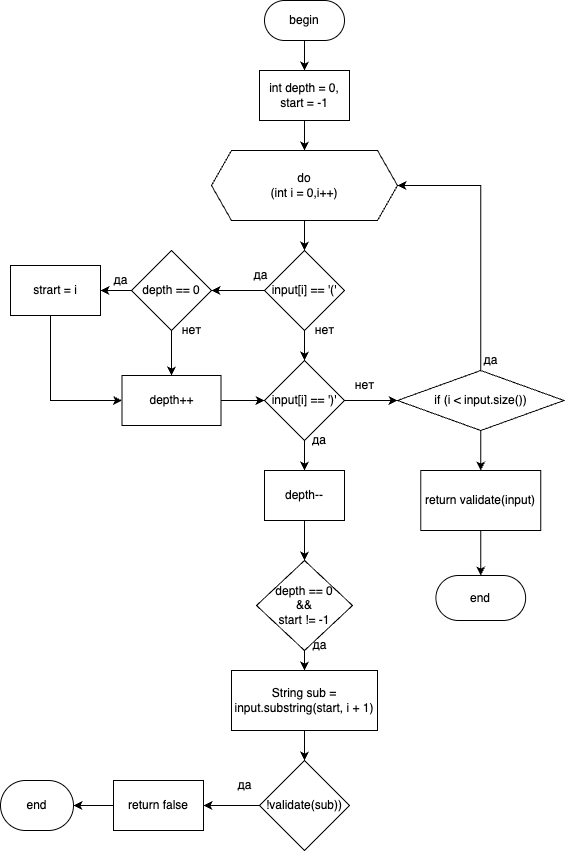
The draw.io diagram LabsLOIS/FirstLab/schemes/validate2.png in L1x0/LabsBSUIR, before a commit. Source tidied: cells renumbered, new cells last; positions are measured from the earlier drawing's top-left corner, leaving out a move shared by most shapes.
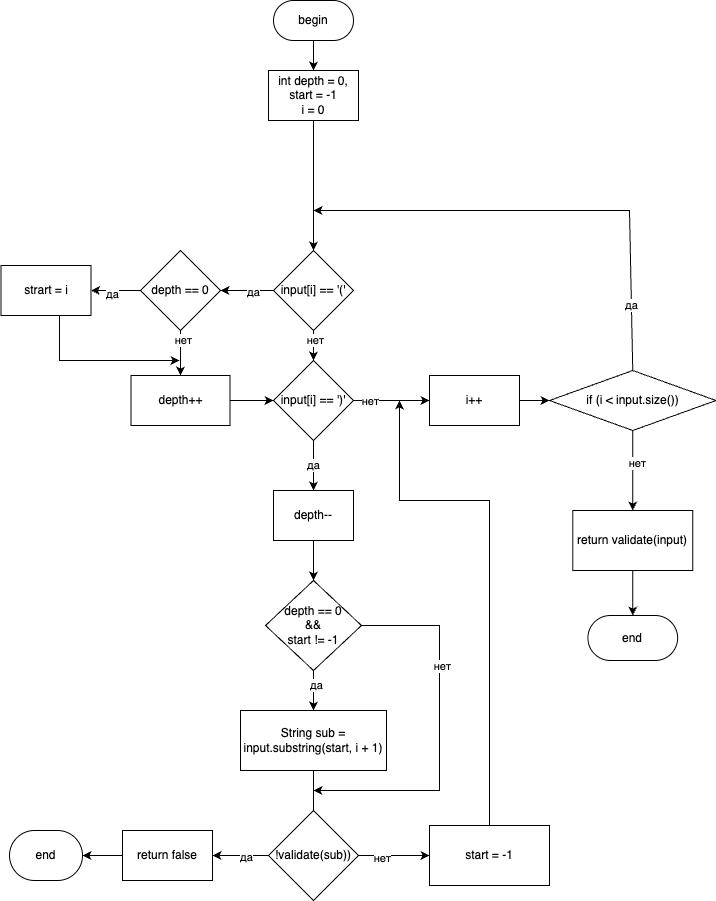
After the change.

Diff of the diagram source:
```diff
@@ -8,70 +8,65 @@
     <mxCell id="3" value="begin" style="rounded=1;whiteSpace=wrap;html=1;arcSize=50;" parent="1" vertex="1">
       <mxGeometry x="264" width="80" height="40" as="geometry" />
     </mxCell>
-    <mxCell id="4" style="edgeStyle=orthogonalEdgeStyle;rounded=0;jettySize=auto;html=1;" parent="1" edge="1" source="5" target="7">
-      <mxGeometry relative="1" as="geometry" />
+    <mxCell id="4" style="edgeStyle=orthogonalEdgeStyle;rounded=0;jettySize=auto;html=1;" parent="1" edge="1" source="5">
+      <mxGeometry relative="1" as="geometry">
+        <mxPoint x="304" y="250" as="targetPoint" />
+      </mxGeometry>
     </mxCell>
-    <mxCell id="5" value="int depth = 0,&lt;div&gt;start = -1&lt;/div&gt;" style="rounded=0;whiteSpace=wrap;html=1;" parent="1" vertex="1">
+    <mxCell id="5" value="int depth = 0,&lt;div&gt;start = -1&lt;/div&gt;&lt;div&gt;i = 0&lt;/div&gt;" style="rounded=0;whiteSpace=wrap;html=1;" parent="1" vertex="1">
       <mxGeometry x="259" y="70" width="90" height="50" as="geometry" />
     </mxCell>
-    <mxCell id="6" style="edgeStyle=orthogonalEdgeStyle;rounded=0;jettySize=auto;html=1;entryX=0.5;entryY=0;entryDx=0;entryDy=0;" parent="1" edge="1" source="7" target="10">
-      <mxGeometry relative="1" as="geometry" />
-    </mxCell>
-    <mxCell id="7" value="do&lt;div&gt;(int i = 0,i++)&lt;/div&gt;" style="shape=hexagon;perimeter=hexagonPerimeter2;whiteSpace=wrap;html=1;fixedSize=1;" parent="1" vertex="1">
-      <mxGeometry x="211" y="150" width="186" height="70" as="geometry" />
-    </mxCell>
     <mxCell id="8" style="edgeStyle=orthogonalEdgeStyle;rounded=0;jettySize=auto;html=1;entryX=1;entryY=0.5;entryDx=0;entryDy=0;" parent="1" edge="1" source="10" target="13">
       <mxGeometry relative="1" as="geometry" />
     </mxCell>
+    <mxCell id="47" value="да" style="edgeLabel;html=1;align=center;verticalAlign=middle;" parent="8" vertex="1">
+      <mxGeometry x="-0.21" y="1" relative="1" as="geometry" />
+    </mxCell>
     <mxCell id="9" style="edgeStyle=orthogonalEdgeStyle;rounded=0;jettySize=auto;html=1;entryX=0.5;entryY=0;entryDx=0;entryDy=0;" parent="1" edge="1" source="10" target="24">
       <mxGeometry relative="1" as="geometry" />
     </mxCell>
+    <mxCell id="48" value="нет" style="edgeLabel;html=1;align=center;verticalAlign=middle;" parent="9" vertex="1">
+      <mxGeometry x="-0.64" y="1" relative="1" as="geometry" />
+    </mxCell>
     <mxCell id="10" value="input[i] == '('" style="rhombus;whiteSpace=wrap;html=1;" parent="1" vertex="1">
       <mxGeometry x="264" y="250" width="80" height="80" as="geometry" />
     </mxCell>
     <mxCell id="11" style="edgeStyle=orthogonalEdgeStyle;rounded=0;jettySize=auto;html=1;" parent="1" edge="1" source="13" target="16">
       <mxGeometry relative="1" as="geometry" />
     </mxCell>
+    <mxCell id="49" value="да" style="edgeLabel;html=1;align=center;verticalAlign=middle;" parent="11" vertex="1">
+      <mxGeometry x="0.18" y="3" relative="1" as="geometry" />
+    </mxCell>
     <mxCell id="12" style="edgeStyle=orthogonalEdgeStyle;rounded=0;jettySize=auto;html=1;entryX=0.5;entryY=0;entryDx=0;entryDy=0;" parent="1" edge="1" source="13" target="19">
       <mxGeometry relative="1" as="geometry" />
     </mxCell>
+    <mxCell id="50" value="нет" style="edgeLabel;html=1;align=center;verticalAlign=middle;" parent="12" vertex="1">
+      <mxGeometry x="-0.6" y="2" relative="1" as="geometry" />
+    </mxCell>
     <mxCell id="13" value="depth == 0" style="rhombus;whiteSpace=wrap;html=1;" parent="1" vertex="1">
       <mxGeometry x="131" y="250" width="80" height="80" as="geometry" />
     </mxCell>
-    <mxCell id="14" value="да" style="text;html=1;align=center;verticalAlign=middle;strokeColor=none;fillColor=none;" parent="1" vertex="1">
-      <mxGeometry x="240" y="260" width="40" height="30" as="geometry" />
-    </mxCell>
-    <mxCell id="15" style="edgeStyle=orthogonalEdgeStyle;rounded=0;jettySize=auto;html=1;entryX=0;entryY=0.5;entryDx=0;entryDy=0;" parent="1" edge="1" source="16" target="19">
-      <mxGeometry relative="1" as="geometry">
-        <Array as="points">
-          <mxPoint x="50" y="400" />
-        </Array>
-      </mxGeometry>
-    </mxCell>
+    <mxCell id="51" style="edgeStyle=orthogonalEdgeStyle;rounded=0;jettySize=auto;html=1;" parent="1" edge="1" source="16">
+      <mxGeometry relative="1" as="geometry">
+        <mxPoint x="170" y="360" as="targetPoint" />
+        <Array as="points">
+          <mxPoint x="50" y="360" />
+          <mxPoint x="170" y="360" />
+        </Array>
+      </mxGeometry>
+    </mxCell>
     <mxCell id="16" value="strart = i" style="rounded=0;whiteSpace=wrap;html=1;" parent="1" vertex="1">
-      <mxGeometry x="10" y="265" width="90" height="50" as="geometry" />
+      <mxGeometry x="-8.5" y="265" width="90" height="50" as="geometry" />
     </mxCell>
-    <mxCell id="17" value="да" style="text;html=1;align=center;verticalAlign=middle;strokeColor=none;fillColor=none;" parent="1" vertex="1">
-      <mxGeometry x="100" y="265" width="40" height="30" as="geometry" />
-    </mxCell>
     <mxCell id="18" style="edgeStyle=orthogonalEdgeStyle;rounded=0;jettySize=auto;html=1;entryX=0;entryY=0.5;entryDx=0;entryDy=0;" parent="1" edge="1" source="19" target="24">
       <mxGeometry relative="1" as="geometry" />
     </mxCell>
     <mxCell id="19" value="depth++" style="rounded=0;whiteSpace=wrap;html=1;" parent="1" vertex="1">
       <mxGeometry x="121.5" y="375" width="99" height="50" as="geometry" />
     </mxCell>
-    <mxCell id="20" value="нет" style="text;html=1;align=center;verticalAlign=middle;strokeColor=none;fillColor=none;" parent="1" vertex="1">
-      <mxGeometry x="171" y="315" width="40" height="30" as="geometry" />
-    </mxCell>
-    <mxCell id="21" value="нет" style="text;html=1;align=center;verticalAlign=middle;strokeColor=none;fillColor=none;" parent="1" vertex="1">
-      <mxGeometry x="304" y="315" width="40" height="30" as="geometry" />
-    </mxCell>
-    <mxCell id="22" style="edgeStyle=orthogonalEdgeStyle;rounded=0;jettySize=auto;html=1;entryX=0.5;entryY=0;entryDx=0;entryDy=0;" parent="1" edge="1" source="24" target="26">
+    <mxCell id="22" value="да" style="edgeStyle=orthogonalEdgeStyle;rounded=0;jettySize=auto;html=1;entryX=0.5;entryY=0;entryDx=0;entryDy=0;" parent="1" edge="1" source="24" target="26">
       <mxGeometry relative="1" as="geometry" />
     </mxCell>
-    <mxCell id="23" style="edgeStyle=orthogonalEdgeStyle;rounded=0;jettySize=auto;html=1;entryX=0;entryY=0.5;entryDx=0;entryDy=0;" parent="1" edge="1" source="24" target="41">
-      <mxGeometry relative="1" as="geometry" />
-    </mxCell>
     <mxCell id="24" value="input[i] == ')'" style="rhombus;whiteSpace=wrap;html=1;" parent="1" vertex="1">
       <mxGeometry x="264" y="360" width="80" height="80" as="geometry" />
     </mxCell>
@@ -79,70 +74,118 @@
       <mxGeometry relative="1" as="geometry" />
     </mxCell>
     <mxCell id="26" value="depth--" style="rounded=0;whiteSpace=wrap;html=1;" parent="1" vertex="1">
-      <mxGeometry x="264" y="470" width="80" height="50" as="geometry" />
+      <mxGeometry x="264" y="490" width="80" height="50" as="geometry" />
     </mxCell>
     <mxCell id="27" style="edgeStyle=orthogonalEdgeStyle;rounded=0;jettySize=auto;html=1;" parent="1" edge="1" source="28" target="31">
       <mxGeometry relative="1" as="geometry" />
     </mxCell>
+    <mxCell id="52" value="да" style="edgeLabel;html=1;align=center;verticalAlign=middle;" parent="27" vertex="1">
+      <mxGeometry x="-0.3" y="2" relative="1" as="geometry" />
+    </mxCell>
+    <mxCell id="53" style="edgeStyle=orthogonalEdgeStyle;rounded=0;jettySize=auto;html=1;" parent="1" edge="1" source="28">
+      <mxGeometry relative="1" as="geometry">
+        <mxPoint x="304" y="790" as="targetPoint" />
+        <Array as="points">
+          <mxPoint x="430" y="625" />
+          <mxPoint x="430" y="790" />
+        </Array>
+      </mxGeometry>
+    </mxCell>
+    <mxCell id="54" value="нет" style="edgeLabel;html=1;align=center;verticalAlign=middle;" parent="53" vertex="1">
+      <mxGeometry x="-0.36" y="2" relative="1" as="geometry" />
+    </mxCell>
     <mxCell id="28" value="depth == 0&lt;div&gt;&amp;amp;&amp;amp;&lt;br&gt;start != -1&lt;/div&gt;" style="rhombus;whiteSpace=wrap;html=1;" parent="1" vertex="1">
-      <mxGeometry x="256" y="560" width="96" height="90" as="geometry" />
+      <mxGeometry x="256" y="580" width="96" height="90" as="geometry" />
     </mxCell>
-    <mxCell id="29" value="да" style="text;html=1;align=center;verticalAlign=middle;whiteSpace=wrap;rounded=0;" parent="1" vertex="1">
-      <mxGeometry x="289" y="425" width="60" height="30" as="geometry" />
-    </mxCell>
-    <mxCell id="30" style="edgeStyle=orthogonalEdgeStyle;rounded=0;jettySize=auto;html=1;" parent="1" edge="1" source="31" target="32">
-      <mxGeometry relative="1" as="geometry" />
+    <mxCell id="30" style="edgeStyle=orthogonalEdgeStyle;rounded=0;jettySize=auto;html=1;" parent="1" edge="1" source="31">
+      <mxGeometry relative="1" as="geometry">
+        <mxPoint x="304" y="830" as="targetPoint" />
+      </mxGeometry>
     </mxCell>
     <mxCell id="31" value="String sub = input.substring(start, i + 1)" style="rounded=0;whiteSpace=wrap;html=1;" parent="1" vertex="1">
-      <mxGeometry x="231" y="670" width="146" height="60" as="geometry" />
+      <mxGeometry x="231" y="710" width="146" height="60" as="geometry" />
     </mxCell>
+    <mxCell id="55" style="edgeStyle=orthogonalEdgeStyle;rounded=0;jettySize=auto;html=1;entryX=0;entryY=0.5;entryDx=0;entryDy=0;" parent="1" edge="1" source="32" target="66">
+      <mxGeometry relative="1" as="geometry" />
+    </mxCell>
+    <mxCell id="56" value="нет" style="edgeLabel;html=1;align=center;verticalAlign=middle;" parent="55" vertex="1">
+      <mxGeometry x="-0.35" y="-2" relative="1" as="geometry" />
+    </mxCell>
     <mxCell id="32" value="!validate(sub))" style="rhombus;whiteSpace=wrap;html=1;" parent="1" vertex="1">
-      <mxGeometry x="259" y="760" width="90" height="90" as="geometry" />
+      <mxGeometry x="259" y="810" width="90" height="90" as="geometry" />
     </mxCell>
     <mxCell id="33" style="edgeStyle=orthogonalEdgeStyle;rounded=0;orthogonalLoop=1;jettySize=auto;html=1;" parent="1" edge="1">
       <mxGeometry relative="1" as="geometry">
-        <mxPoint x="259" y="805" as="sourcePoint" />
-        <mxPoint x="203" y="805" as="targetPoint" />
+        <mxPoint x="259" y="855" as="sourcePoint" />
+        <mxPoint x="203" y="855" as="targetPoint" />
       </mxGeometry>
     </mxCell>
+    <mxCell id="57" value="да" style="edgeLabel;html=1;align=center;verticalAlign=middle;" parent="33" vertex="1">
+      <mxGeometry x="-0.18" y="1" relative="1" as="geometry" />
+    </mxCell>
     <mxCell id="34" style="edgeStyle=orthogonalEdgeStyle;rounded=0;jettySize=auto;html=1;" parent="1" edge="1" source="35" target="36">
       <mxGeometry relative="1" as="geometry" />
     </mxCell>
     <mxCell id="35" value="return false" style="rounded=0;whiteSpace=wrap;html=1;" parent="1" vertex="1">
-      <mxGeometry x="113" y="780" width="90" height="50" as="geometry" />
+      <mxGeometry x="113" y="830" width="90" height="50" as="geometry" />
     </mxCell>
     <mxCell id="36" value="end" style="rounded=1;whiteSpace=wrap;html=1;arcSize=50;" parent="1" vertex="1">
-      <mxGeometry y="780" width="73" height="50" as="geometry" />
+      <mxGeometry y="830" width="73" height="50" as="geometry" />
     </mxCell>
-    <mxCell id="37" value="да" style="text;html=1;align=center;verticalAlign=middle;strokeColor=none;fillColor=none;" parent="1" vertex="1">
-      <mxGeometry x="224" y="770" width="40" height="30" as="geometry" />
-    </mxCell>
-    <mxCell id="38" value="да" style="text;html=1;align=center;verticalAlign=middle;strokeColor=none;fillColor=none;" parent="1" vertex="1">
-      <mxGeometry x="299" y="630" width="40" height="30" as="geometry" />
-    </mxCell>
-    <mxCell id="39" style="edgeStyle=orthogonalEdgeStyle;rounded=0;jettySize=auto;html=1;entryX=1;entryY=0.5;entryDx=0;entryDy=0;" parent="1" edge="1" source="41" target="7">
-      <mxGeometry relative="1" as="geometry" />
-    </mxCell>
     <mxCell id="40" style="edgeStyle=orthogonalEdgeStyle;rounded=0;jettySize=auto;html=1;" parent="1" edge="1" source="41" target="45">
       <mxGeometry relative="1" as="geometry" />
     </mxCell>
+    <mxCell id="58" value="нет" style="edgeLabel;html=1;align=center;verticalAlign=middle;" parent="40" vertex="1">
+      <mxGeometry x="-0.17" y="4" relative="1" as="geometry" />
+    </mxCell>
     <mxCell id="41" value="if (i &amp;lt; input.size())" style="rhombus;whiteSpace=wrap;html=1;" parent="1" vertex="1">
-      <mxGeometry x="397" y="370" width="166.5" height="60" as="geometry" />
+      <mxGeometry x="540" y="370" width="166.5" height="60" as="geometry" />
     </mxCell>
-    <mxCell id="42" value="нет" style="text;html=1;align=center;verticalAlign=middle;strokeColor=none;fillColor=none;" parent="1" vertex="1">
-      <mxGeometry x="344" y="370" width="40" height="30" as="geometry" />
-    </mxCell>
-    <mxCell id="43" value="да" style="text;html=1;align=center;verticalAlign=middle;strokeColor=none;fillColor=none;" parent="1" vertex="1">
-      <mxGeometry x="470" y="345" width="40" height="30" as="geometry" />
-    </mxCell>
     <mxCell id="44" style="edgeStyle=orthogonalEdgeStyle;rounded=0;jettySize=auto;html=1;entryX=0.5;entryY=0;entryDx=0;entryDy=0;" parent="1" edge="1" source="45" target="46">
       <mxGeometry relative="1" as="geometry" />
     </mxCell>
     <mxCell id="45" value="return validate(input)" style="rounded=0;whiteSpace=wrap;html=1;" parent="1" vertex="1">
-      <mxGeometry x="420.2" y="470" width="120" height="60" as="geometry" />
+      <mxGeometry x="563.2" y="510" width="120" height="60" as="geometry" />
     </mxCell>
     <mxCell id="46" value="end" style="rounded=1;whiteSpace=wrap;html=1;arcSize=50;" parent="1" vertex="1">
-      <mxGeometry x="435.4" y="575" width="89.8" height="45" as="geometry" />
+      <mxGeometry x="578.4" y="615" width="89.8" height="45" as="geometry" />
     </mxCell>
+    <mxCell id="59" style="edgeStyle=orthogonalEdgeStyle;rounded=0;jettySize=auto;html=1;entryX=0;entryY=0.5;entryDx=0;entryDy=0;" parent="1" edge="1" source="60" target="41">
+      <mxGeometry relative="1" as="geometry" />
+    </mxCell>
+    <mxCell id="60" value="i++" style="whiteSpace=wrap;html=1;" parent="1" vertex="1">
+      <mxGeometry x="420" y="375" width="90" height="50" as="geometry" />
+    </mxCell>
+    <mxCell id="61" style="endArrow=classic;html=1;rounded=0;exitX=1;exitY=0.5;exitDx=0;exitDy=0;entryX=0;entryY=0.5;entryDx=0;entryDy=0;" parent="1" edge="1" source="24" target="60">
+      <mxGeometry relative="1" as="geometry" />
+    </mxCell>
+    <mxCell id="62" value="нет" style="edgeLabel;html=1;align=center;verticalAlign=middle;" parent="61" vertex="1">
+      <mxGeometry x="-0.21" y="1" relative="1" as="geometry">
+        <mxPoint x="-14" y="1" as="offset" />
+      </mxGeometry>
+    </mxCell>
+    <mxCell id="63" style="endArrow=classic;html=1;rounded=0;exitX=0.5;exitY=0;exitDx=0;exitDy=0;" parent="1" edge="1" source="41">
+      <mxGeometry relative="1" as="geometry">
+        <mxPoint x="304" y="210" as="targetPoint" />
+        <Array as="points">
+          <mxPoint x="620" y="210" />
+        </Array>
+      </mxGeometry>
+    </mxCell>
+    <mxCell id="64" value="да" style="edgeLabel;html=1;align=center;verticalAlign=middle;" parent="63" vertex="1">
+      <mxGeometry x="-0.72" relative="1" as="geometry" />
+    </mxCell>
+    <mxCell id="65" style="edgeStyle=orthogonalEdgeStyle;rounded=0;jettySize=auto;html=1;" parent="1" edge="1" source="66">
+      <mxGeometry relative="1" as="geometry">
+        <mxPoint x="390" y="400" as="targetPoint" />
+        <Array as="points">
+          <mxPoint x="480" y="500" />
+          <mxPoint x="390" y="500" />
+        </Array>
+      </mxGeometry>
+    </mxCell>
+    <mxCell id="66" value="start = -1" style="whiteSpace=wrap;html=1;" parent="1" vertex="1">
+      <mxGeometry x="420" y="825" width="120" height="60" as="geometry" />
+    </mxCell>
   </root>
 </mxGraphModel>
```
